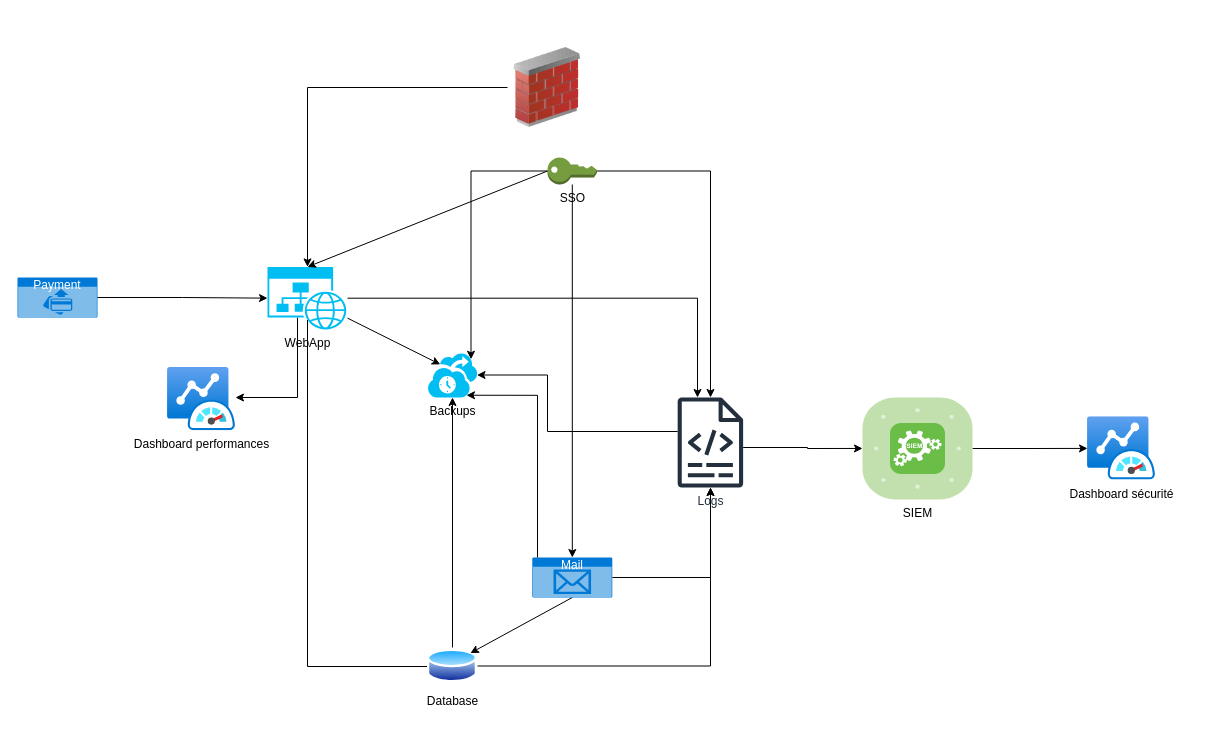
The draw.io diagram archi_applicative.drawio in Relthdrarxash/archi_secu, before the edit. Source tidied: cells renumbered, new cells numbered last; positions are measured from the earlier drawing's top-left corner, leaving out a move shared by most shapes. Both pictures are drawn from the tidied source at 100%, with x=0, y=0 at pixel (17, 47).
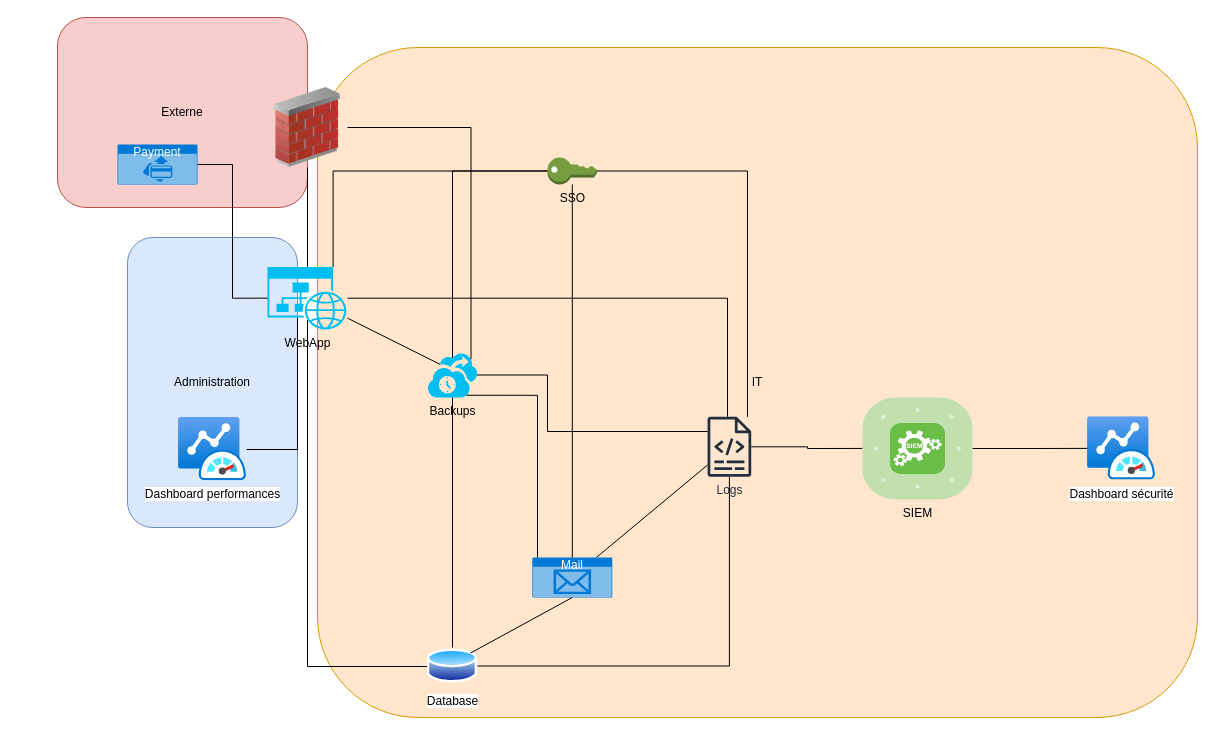
The same diagram, later.

Commit message (it also covers changes not shown here):
Mettre à jour archi_applicative.drawio

The change refers to these unchanged cells:
```xml
<mxCell id="4" value="WebApp" style="verticalLabelPosition=bottom;html=1;verticalAlign=top;align=center;strokeColor=none;fillColor=#00BEF2;shape=mxgraph.azure.website_generic;" parent="1" vertex="1">
  <mxGeometry x="250" y="219.4" width="80" height="62.5" as="geometry" />
</mxCell>
<mxCell id="7" value="Database" style="image;perimeter=ellipsePerimeter;html=1;align=center;shadow=0;dashed=0;spacingTop=3;image=img/lib/active_directory/database.svg;" parent="1" vertex="1">
  <mxGeometry x="410" y="600" width="50" height="37" as="geometry" />
</mxCell>
<mxCell id="10" value="Mail" style="html=1;whiteSpace=wrap;strokeColor=none;fillColor=#0079D6;labelPosition=center;verticalLabelPosition=middle;verticalAlign=top;align=center;fontSize=12;outlineConnect=0;spacingTop=-6;fontColor=#FFFFFF;sketch=0;shape=mxgraph.sitemap.mail;" parent="1" vertex="1">
  <mxGeometry x="514.8" y="510" width="80" height="40" as="geometry" />
</mxCell>
<mxCell id="13" value="SSO" style="outlineConnect=0;dashed=0;verticalLabelPosition=bottom;verticalAlign=top;align=center;html=1;shape=mxgraph.aws3.add_on;fillColor=#759C3E;gradientColor=none;" parent="1" vertex="1">
  <mxGeometry x="530" y="110" width="49.5" height="27" as="geometry" />
</mxCell>
<mxCell id="20" value="Backups" style="verticalLabelPosition=bottom;html=1;verticalAlign=top;align=center;strokeColor=none;fillColor=#00BEF2;shape=mxgraph.azure.backup_service;" parent="1" vertex="1">
  <mxGeometry x="410" y="305" width="50" height="45" as="geometry" />
</mxCell>
<mxCell id="27" value="SIEM" style="verticalLabelPosition=bottom;sketch=0;html=1;fillColor=#6ABD46;strokeColor=#ffffff;verticalAlign=top;align=center;points=[[0.085,0.085,0],[0.915,0.085,0],[0.915,0.915,0],[0.085,0.915,0],[0.25,0,0],[0.5,0,0],[0.75,0,0],[1,0.25,0],[1,0.5,0],[1,0.75,0],[0.75,1,0],[0.5,1,0],[0.25,1,0],[0,0.75,0],[0,0.5,0],[0,0.25,0]];shape=mxgraph.cisco_safe.compositeIcon;bgIcon=mxgraph.cisco_safe.architecture.generic_appliance;resIcon=mxgraph.cisco_safe.architecture.siem;" parent="1" vertex="1">
  <mxGeometry x="845" y="350" width="110" height="101.9" as="geometry" />
</mxCell>
<mxCell id="30" value="Dashboard sécurité" style="image;html=1;points=[];align=center;fontSize=12;image=img/lib/azure2/other/Azure_Monitor_Dashboard.svg;" parent="1" vertex="1">
  <mxGeometry x="1070" y="369.3" width="68" height="63.2" as="geometry" />
</mxCell>
```

The edit, as a diff of the source:
```diff
@@
+    <mxCell id="31" value="Externe" style="rounded=1;whiteSpace=wrap;html=1;fillColor=#f8cecc;strokeColor=#b85450;" parent="1" vertex="1">
+      <mxGeometry x="40" y="-30" width="250" height="190" as="geometry" />
+    </mxCell>
+    <mxCell id="32" value="Administration" style="rounded=1;whiteSpace=wrap;html=1;fillColor=#dae8fc;strokeColor=#6c8ebf;" parent="1" vertex="1">
+      <mxGeometry x="110" y="190" width="170" height="290" as="geometry" />
+    </mxCell>
+    <mxCell id="33" value="IT" style="rounded=1;whiteSpace=wrap;html=1;fillColor=#ffe6cc;strokeColor=#d79b00;" parent="1" vertex="1">
+      <mxGeometry x="300" width="880" height="670" as="geometry" />
+    </mxCell>
-    <mxCell id="2" style="edgeStyle=orthogonalEdgeStyle;rounded=0;jettySize=auto;html=1;" parent="1" edge="1" source="4" target="19">
+    <mxCell id="2" style="edgeStyle=orthogonalEdgeStyle;rounded=0;jettySize=auto;html=1;endArrow=none;startFill=0;" parent="1" edge="1" source="4" target="19">
       <mxGeometry relative="1" as="geometry">
         <Array as="points">
-          <mxPoint x="680" y="251" />
+          <mxPoint x="710" y="251" />
         </Array>
       </mxGeometry>
     </mxCell>
-    <mxCell id="3" style="edgeStyle=orthogonalEdgeStyle;rounded=0;jettySize=auto;html=1;exitX=0.375;exitY=0.81;exitDx=0;exitDy=0;exitPerimeter=0;" parent="1" edge="1" source="4" target="17">
+    <mxCell id="3" style="edgeStyle=orthogonalEdgeStyle;rounded=0;jettySize=auto;html=1;exitX=0.375;exitY=0.81;exitDx=0;exitDy=0;exitPerimeter=0;endArrow=none;startFill=0;" parent="1" edge="1" source="4" target="17">
       <mxGeometry relative="1" as="geometry">
         <Array as="points">
-          <mxPoint x="280" y="350" />
+          <mxPoint x="280" y="402" />
         </Array>
       </mxGeometry>
     </mxCell>
@@
-    <mxCell id="6" style="edgeStyle=orthogonalEdgeStyle;rounded=0;jettySize=auto;html=1;" parent="1" edge="1" source="7" target="19">
+    <mxCell id="6" style="edgeStyle=orthogonalEdgeStyle;rounded=0;jettySize=auto;html=1;endArrow=none;startFill=0;" parent="1" edge="1" source="7" target="19">
       <mxGeometry relative="1" as="geometry" />
     </mxCell>
@@
-    <mxCell id="8" style="edgeStyle=none;rounded=0;jettySize=auto;html=1;exitX=0.5;exitY=1;exitDx=0;exitDy=0;exitPerimeter=0;entryX=1;entryY=0;entryDx=0;entryDy=0;" parent="1" edge="1" source="10" target="7">
+    <mxCell id="8" style="edgeStyle=none;rounded=0;jettySize=auto;html=1;exitX=0.5;exitY=1;exitDx=0;exitDy=0;exitPerimeter=0;entryX=1;entryY=0;entryDx=0;entryDy=0;endArrow=none;startFill=0;" parent="1" edge="1" source="10" target="7">
       <mxGeometry relative="1" as="geometry" />
     </mxCell>
-    <mxCell id="9" style="edgeStyle=orthogonalEdgeStyle;rounded=0;jettySize=auto;html=1;" parent="1" edge="1" source="10" target="19">
+    <mxCell id="9" style="rounded=0;jettySize=auto;html=1;endArrow=none;startFill=0;" parent="1" edge="1" source="10" target="19">
       <mxGeometry relative="1" as="geometry" />
     </mxCell>
@@
-    <mxCell id="11" style="edgeStyle=orthogonalEdgeStyle;rounded=0;jettySize=auto;html=1;" parent="1" edge="1" source="13" target="10">
+    <mxCell id="11" style="edgeStyle=orthogonalEdgeStyle;rounded=0;jettySize=auto;html=1;endArrow=none;startFill=0;" parent="1" edge="1" source="13" target="10">
       <mxGeometry relative="1" as="geometry" />
     </mxCell>
-    <mxCell id="12" style="edgeStyle=orthogonalEdgeStyle;rounded=0;jettySize=auto;html=1;" parent="1" edge="1" source="13" target="19">
-      <mxGeometry relative="1" as="geometry" />
+    <mxCell id="12" style="edgeStyle=orthogonalEdgeStyle;rounded=0;jettySize=auto;html=1;endArrow=none;startFill=0;" parent="1" edge="1" source="13" target="19">
+      <mxGeometry relative="1" as="geometry">
+        <Array as="points">
+          <mxPoint x="730" y="124" />
+        </Array>
+      </mxGeometry>
     </mxCell>
@@
-    <mxCell id="14" style="edgeStyle=none;rounded=0;jettySize=auto;html=1;exitX=0;exitY=0.5;exitDx=0;exitDy=0;exitPerimeter=0;entryX=0.5;entryY=0;entryDx=0;entryDy=0;entryPerimeter=0;" parent="1" edge="1" source="13" target="4">
-      <mxGeometry relative="1" as="geometry" />
+    <mxCell id="14" style="edgeStyle=orthogonalEdgeStyle;rounded=0;jettySize=auto;html=1;exitX=0;exitY=0.5;exitDx=0;exitDy=0;exitPerimeter=0;entryX=0.82;entryY=0;entryDx=0;entryDy=0;entryPerimeter=0;endArrow=none;startFill=0;" parent="1" edge="1" source="13" target="4">
+      <mxGeometry relative="1" as="geometry">
+        <Array as="points">
+          <mxPoint x="316" y="124" />
+        </Array>
+      </mxGeometry>
     </mxCell>
     <mxCell id="15" value="Payment" style="html=1;whiteSpace=wrap;strokeColor=none;fillColor=#0079D6;labelPosition=center;verticalLabelPosition=middle;verticalAlign=top;align=center;fontSize=12;outlineConnect=0;spacingTop=-6;fontColor=#FFFFFF;sketch=0;shape=mxgraph.sitemap.payment;" parent="1" vertex="1">
-      <mxGeometry y="230" width="80" height="40" as="geometry" />
+      <mxGeometry x="100" y="97" width="80" height="40" as="geometry" />
     </mxCell>
-    <mxCell id="16" style="edgeStyle=orthogonalEdgeStyle;rounded=0;jettySize=auto;html=1;exitX=1;exitY=0.5;exitDx=0;exitDy=0;exitPerimeter=0;entryX=0;entryY=0.5;entryDx=0;entryDy=0;entryPerimeter=0;" parent="1" edge="1" source="15" target="4">
+    <mxCell id="16" style="edgeStyle=orthogonalEdgeStyle;rounded=0;jettySize=auto;html=1;exitX=1;exitY=0.5;exitDx=0;exitDy=0;exitPerimeter=0;entryX=0;entryY=0.5;entryDx=0;entryDy=0;entryPerimeter=0;endArrow=none;startFill=0;" parent="1" edge="1" source="15" target="4">
       <mxGeometry relative="1" as="geometry" />
     </mxCell>
     <mxCell id="17" value="Dashboard performances" style="image;html=1;points=[];align=center;fontSize=12;image=img/lib/azure2/other/Azure_Monitor_Dashboard.svg;" parent="1" vertex="1">
-      <mxGeometry x="150" y="320" width="68" height="63.2" as="geometry" />
+      <mxGeometry x="161" y="370" width="68" height="63.2" as="geometry" />
     </mxCell>
-    <mxCell id="18" style="edgeStyle=orthogonalEdgeStyle;rounded=0;jettySize=auto;html=1;entryX=0;entryY=0.5;entryDx=0;entryDy=0;entryPerimeter=0;" parent="1" edge="1" source="19" target="27">
+    <mxCell id="18" style="edgeStyle=orthogonalEdgeStyle;rounded=0;jettySize=auto;html=1;entryX=0;entryY=0.5;entryDx=0;entryDy=0;entryPerimeter=0;endArrow=none;startFill=0;" parent="1" edge="1" source="19" target="27">
       <mxGeometry relative="1" as="geometry">
         <Array as="points">
           <mxPoint x="790" y="400" />
           <mxPoint x="790" y="401" />
         </Array>
       </mxGeometry>
     </mxCell>
     <mxCell id="19" value="Logs" style="sketch=0;outlineConnect=0;fontColor=#232F3E;gradientColor=none;fillColor=#232F3D;strokeColor=none;dashed=0;verticalLabelPosition=bottom;verticalAlign=top;align=center;html=1;fontSize=12;fontStyle=0;shape=mxgraph.aws4.logs;" parent="1" vertex="1">
-      <mxGeometry x="660" y="350" width="65.8" height="90" as="geometry" />
+      <mxGeometry x="690" y="369.3" width="43.8" height="60" as="geometry" />
     </mxCell>
@@
-    <mxCell id="21" style="edgeStyle=orthogonalEdgeStyle;rounded=0;jettySize=auto;html=1;entryX=0.99;entryY=0.5;entryDx=0;entryDy=0;entryPerimeter=0;" parent="1" edge="1" source="19" target="20">
+    <mxCell id="21" style="edgeStyle=orthogonalEdgeStyle;rounded=0;jettySize=auto;html=1;entryX=0.99;entryY=0.5;entryDx=0;entryDy=0;entryPerimeter=0;endArrow=none;startFill=0;" parent="1" edge="1" source="19" target="20">
       <mxGeometry relative="1" as="geometry">
         <Array as="points">
           <mxPoint x="530" y="384" />
           <mxPoint x="530" y="328" />
         </Array>
       </mxGeometry>
     </mxCell>
-    <mxCell id="22" style="edgeStyle=orthogonalEdgeStyle;rounded=0;jettySize=auto;html=1;entryX=0.5;entryY=1;entryDx=0;entryDy=0;entryPerimeter=0;" parent="1" edge="1" source="7" target="20">
+    <mxCell id="22" style="edgeStyle=orthogonalEdgeStyle;rounded=0;jettySize=auto;html=1;entryX=0.5;entryY=1;entryDx=0;entryDy=0;entryPerimeter=0;endArrow=none;startFill=0;" parent="1" edge="1" source="7" target="20">
       <mxGeometry relative="1" as="geometry" />
     </mxCell>
-    <mxCell id="23" style="edgeStyle=orthogonalEdgeStyle;rounded=0;jettySize=auto;html=1;entryX=0.78;entryY=0.95;entryDx=0;entryDy=0;entryPerimeter=0;" parent="1" edge="1" source="10" target="20">
+    <mxCell id="23" style="edgeStyle=orthogonalEdgeStyle;rounded=0;jettySize=auto;html=1;entryX=0.78;entryY=0.95;entryDx=0;entryDy=0;entryPerimeter=0;endArrow=none;startFill=0;" parent="1" edge="1" source="10" target="20">
       <mxGeometry relative="1" as="geometry">
         <Array as="points">
           <mxPoint x="520" y="348" />
         </Array>
       </mxGeometry>
     </mxCell>
-    <mxCell id="24" style="rounded=0;jettySize=auto;html=1;entryX=0.255;entryY=0.265;entryDx=0;entryDy=0;entryPerimeter=0;" parent="1" edge="1" source="4" target="20">
+    <mxCell id="24" style="rounded=0;jettySize=auto;html=1;entryX=0.255;entryY=0.265;entryDx=0;entryDy=0;entryPerimeter=0;endArrow=none;startFill=0;" parent="1" edge="1" source="4" target="20">
       <mxGeometry relative="1" as="geometry" />
     </mxCell>
-    <mxCell id="25" style="edgeStyle=orthogonalEdgeStyle;rounded=0;jettySize=auto;html=1;entryX=0.87;entryY=0.15;entryDx=0;entryDy=0;entryPerimeter=0;" parent="1" edge="1" source="13" target="20">
-      <mxGeometry relative="1" as="geometry" />
+    <mxCell id="25" style="edgeStyle=orthogonalEdgeStyle;rounded=0;jettySize=auto;html=1;entryX=0.5;entryY=0.12;entryDx=0;entryDy=0;entryPerimeter=0;endArrow=none;startFill=0;" parent="1" edge="1" source="13" target="20">
+      <mxGeometry relative="1" as="geometry">
+        <Array as="points">
+          <mxPoint x="435" y="124" />
+        </Array>
+      </mxGeometry>
     </mxCell>
-    <mxCell id="26" style="edgeStyle=orthogonalEdgeStyle;rounded=0;jettySize=auto;html=1;" parent="1" edge="1" source="27" target="30">
+    <mxCell id="26" style="edgeStyle=orthogonalEdgeStyle;rounded=0;jettySize=auto;html=1;endArrow=none;startFill=0;" parent="1" edge="1" source="27" target="30">
       <mxGeometry relative="1" as="geometry" />
     </mxCell>
@@
     <mxCell id="28" style="image;html=1;image=img/lib/clip_art/networking/Firewall_02_128x128.png;" parent="1" vertex="1">
-      <mxGeometry x="490" width="80" height="80" as="geometry" />
+      <mxGeometry x="250" y="40" width="80" height="80" as="geometry" />
     </mxCell>
-    <mxCell id="29" style="edgeStyle=orthogonalEdgeStyle;rounded=0;jettySize=auto;html=1;entryX=0.5;entryY=0;entryDx=0;entryDy=0;entryPerimeter=0;" parent="1" edge="1" source="28" target="4">
+    <mxCell id="29" style="edgeStyle=orthogonalEdgeStyle;rounded=0;jettySize=auto;html=1;entryX=0.5;entryY=0;entryDx=0;entryDy=0;entryPerimeter=0;endArrow=none;startFill=0;" parent="1" edge="1" source="28" target="4">
       <mxGeometry relative="1" as="geometry" />
     </mxCell>
@@
+    <mxCell id="34" style="edgeStyle=orthogonalEdgeStyle;rounded=0;jettySize=auto;html=1;entryX=0.87;entryY=0.15;entryDx=0;entryDy=0;entryPerimeter=0;endArrow=none;startFill=0;" parent="1" edge="1" source="28" target="20">
+      <mxGeometry relative="1" as="geometry" />
+    </mxCell>
```
